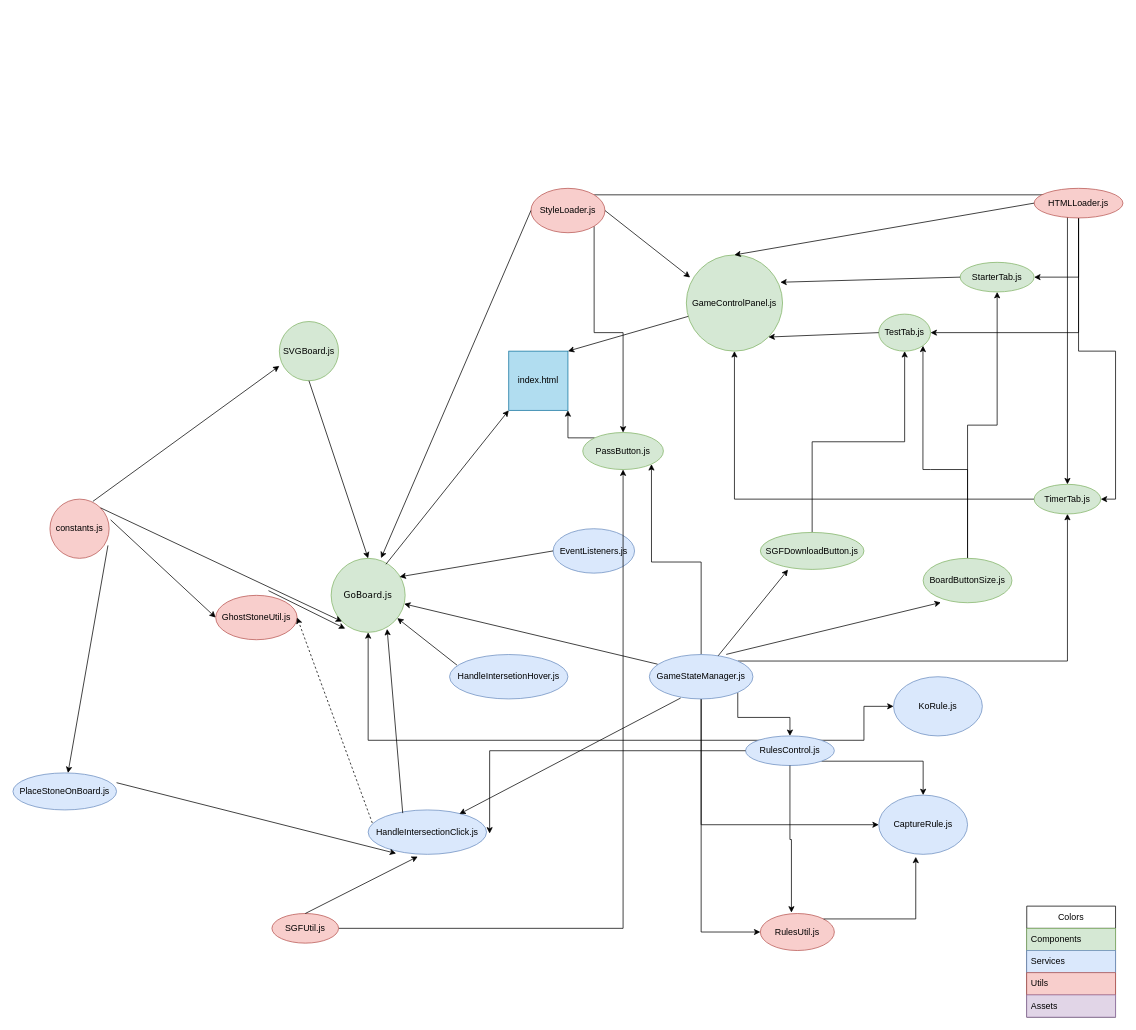
Before: WebGo.drawio in enokiLucas/Diagrams, a draw.io diagram. Source tidied: cells renumbered, new cells numbered last; positions are measured from the earlier drawing's top-left corner, leaving out a move shared by most shapes. Both pictures are drawn from the tidied source at 74%, with x=0, y=0 at pixel (13, 188).
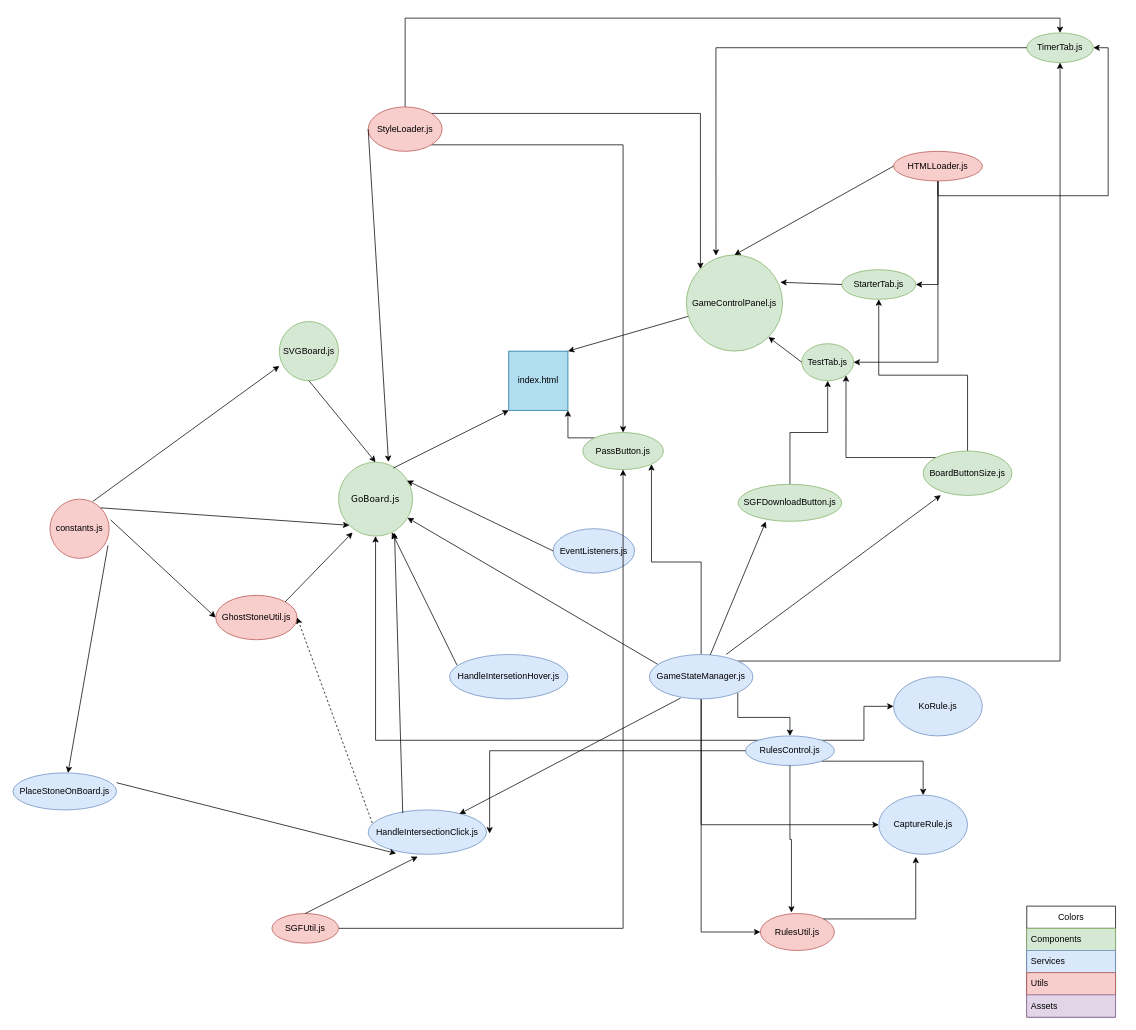
The same diagram, later.

The change refers to these unchanged cells:
```xml
<mxCell id="22" value="GhostStoneUtil.js" style="ellipse;whiteSpace=wrap;html=1;fillColor=#f8cecc;strokeColor=#b85450;" parent="1" vertex="1">
  <mxGeometry x="274" y="550" width="110" height="60" as="geometry" />
</mxCell>
<mxCell id="50" value="GameControlPanel.js" style="ellipse;whiteSpace=wrap;html=1;fillColor=#d5e8d4;strokeColor=#82b366;" parent="1" vertex="1">
  <mxGeometry x="910" y="90" width="130" height="130" as="geometry" />
</mxCell>
<mxCell id="70" value="PassButton.js" style="ellipse;whiteSpace=wrap;html=1;fillColor=#d5e8d4;strokeColor=#82b366;" parent="1" vertex="1">
  <mxGeometry x="770" y="330" width="109" height="50" as="geometry" />
</mxCell>
```

Diff of the diagram source:
```diff
@@
     <mxCell id="2" value="GoBoard.js" style="ellipse;whiteSpace=wrap;html=1;fillColor=#d5e8d4;strokeColor=#82b366;fontFamily=Verdana;labelBackgroundColor=none;" parent="1" vertex="1">
-      <mxGeometry x="430" y="500" width="100" height="100" as="geometry" />
+      <mxGeometry x="440" y="370" width="100" height="100" as="geometry" />
     </mxCell>
@@
+    <mxCell id="14" style="edgeStyle=orthogonalEdgeStyle;rounded=0;jettySize=auto;html=1;exitX=0.5;exitY=0;exitDx=0;exitDy=0;entryX=0.5;entryY=1;entryDx=0;entryDy=0;" parent="1" edge="1" source="15" target="58">
+      <mxGeometry relative="1" as="geometry" />
+    </mxCell>
-    <mxCell id="13" style="edgeStyle=orthogonalEdgeStyle;rounded=0;jettySize=auto;html=1;exitX=0.5;exitY=0;exitDx=0;exitDy=0;entryX=1;entryY=1;entryDx=0;entryDy=0;" parent="1" edge="1" source="15" target="49">
-      <mxGeometry relative="1" as="geometry">
-        <Array as="points">
-          <mxPoint x="1240" y="380" />
-          <mxPoint x="1420" y="380" />
-        </Array>
-      </mxGeometry>
+    <mxCell id="13" style="edgeStyle=orthogonalEdgeStyle;rounded=0;jettySize=auto;html=1;exitX=0;exitY=0;exitDx=0;exitDy=0;entryX=1;entryY=1;entryDx=0;entryDy=0;" parent="1" edge="1" source="15" target="49">
+      <mxGeometry relative="1" as="geometry" />
     </mxCell>
-    <mxCell id="14" style="edgeStyle=orthogonalEdgeStyle;rounded=0;jettySize=auto;html=1;exitX=0.5;exitY=0;exitDx=0;exitDy=0;entryX=0.5;entryY=1;entryDx=0;entryDy=0;" parent="1" edge="1" source="15" target="58">
-      <mxGeometry relative="1" as="geometry" />
-    </mxCell>
     <mxCell id="15" value="BoardButtonSize.js" style="ellipse;whiteSpace=wrap;html=1;fillColor=#d5e8d4;strokeColor=#82b366;" parent="1" vertex="1">
-      <mxGeometry x="1230" y="500" width="120" height="60" as="geometry" />
+      <mxGeometry x="1230" y="355" width="120" height="60" as="geometry" />
     </mxCell>
+    <mxCell id="17" style="edgeStyle=orthogonalEdgeStyle;rounded=0;jettySize=auto;html=1;exitX=1;exitY=1;exitDx=0;exitDy=0;entryX=0.5;entryY=0;entryDx=0;entryDy=0;" parent="1" edge="1" source="18" target="70">
+      <mxGeometry relative="1" as="geometry" />
+    </mxCell>
-    <mxCell id="16" style="edgeStyle=orthogonalEdgeStyle;rounded=0;jettySize=auto;html=1;exitX=1;exitY=0;exitDx=0;exitDy=0;" parent="1" edge="1" source="18" target="63">
+    <mxCell id="16" style="edgeStyle=orthogonalEdgeStyle;rounded=0;jettySize=auto;html=1;exitX=0.5;exitY=0;exitDx=0;exitDy=0;entryX=0.5;entryY=0;entryDx=0;entryDy=0;" parent="1" edge="1" source="18" target="63">
       <mxGeometry relative="1" as="geometry" />
     </mxCell>
-    <mxCell id="17" style="edgeStyle=orthogonalEdgeStyle;rounded=0;jettySize=auto;html=1;exitX=1;exitY=1;exitDx=0;exitDy=0;entryX=0.5;entryY=0;entryDx=0;entryDy=0;" parent="1" edge="1" source="18" target="70">
-      <mxGeometry relative="1" as="geometry" />
-    </mxCell>
+    <mxCell id="59" style="edgeStyle=orthogonalEdgeStyle;rounded=0;jettySize=auto;html=1;exitX=1;exitY=0;exitDx=0;exitDy=0;entryX=0;entryY=0;entryDx=0;entryDy=0;" parent="1" edge="1" source="18" target="50">
+      <mxGeometry relative="1" as="geometry" />
+    </mxCell>
     <mxCell id="18" value="StyleLoader.js" style="ellipse;whiteSpace=wrap;html=1;fillColor=#f8cecc;strokeColor=#b85450;" parent="1" vertex="1">
-      <mxGeometry x="700" width="100" height="60" as="geometry" />
+      <mxGeometry x="480" y="-110" width="100" height="60" as="geometry" />
     </mxCell>
@@
-    <mxCell id="23" style="endArrow=classic;html=1;rounded=0;exitX=0.648;exitY=-0.105;exitDx=0;exitDy=0;exitPerimeter=0;entryX=0.19;entryY=0.95;entryDx=0;entryDy=0;entryPerimeter=0;" parent="1" edge="1" source="22" target="2">
+    <mxCell id="23" style="endArrow=classic;html=1;rounded=0;exitX=1;exitY=0;exitDx=0;exitDy=0;entryX=0.19;entryY=0.95;entryDx=0;entryDy=0;entryPerimeter=0;" parent="1" edge="1" source="22" target="2">
       <mxGeometry relative="1" as="geometry" />
     </mxCell>
@@
     <mxCell id="47" value="SGFDownloadButton.js" style="ellipse;whiteSpace=wrap;html=1;fillColor=#d5e8d4;strokeColor=#82b366;" parent="1" vertex="1">
-      <mxGeometry x="1010" y="465" width="140" height="50" as="geometry" />
+      <mxGeometry x="980" y="400" width="140" height="50" as="geometry" />
     </mxCell>
@@
     <mxCell id="49" value="TestTab.js" style="ellipse;whiteSpace=wrap;html=1;fillColor=#d5e8d4;strokeColor=#82b366;" parent="1" vertex="1">
-      <mxGeometry x="1170" y="170" width="70" height="50" as="geometry" />
+      <mxGeometry x="1066" y="210" width="70" height="50" as="geometry" />
     </mxCell>
@@
     <mxCell id="55" value="HTMLLoader.js" style="ellipse;whiteSpace=wrap;html=1;fillColor=#f8cecc;strokeColor=#b85450;" parent="1" vertex="1">
-      <mxGeometry x="1380" width="120" height="40" as="geometry" />
+      <mxGeometry x="1190" y="-50" width="120" height="40" as="geometry" />
     </mxCell>
@@
     <mxCell id="58" value="StarterTab.js" style="ellipse;whiteSpace=wrap;html=1;fillColor=#d5e8d4;strokeColor=#82b366;" parent="1" vertex="1">
-      <mxGeometry x="1280" y="100" width="100" height="40" as="geometry" />
+      <mxGeometry x="1120" y="110" width="100" height="40" as="geometry" />
     </mxCell>
-    <mxCell id="59" style="endArrow=classic;html=1;rounded=0;entryX=0.039;entryY=0.234;entryDx=0;entryDy=0;entryPerimeter=0;exitX=1;exitY=0.5;exitDx=0;exitDy=0;" parent="1" edge="1" source="18" target="50">
-      <mxGeometry relative="1" as="geometry" />
-    </mxCell>
@@
-    <mxCell id="62" style="edgeStyle=orthogonalEdgeStyle;rounded=0;jettySize=auto;html=1;exitX=0;exitY=0.5;exitDx=0;exitDy=0;entryX=0.5;entryY=1;entryDx=0;entryDy=0;" parent="1" edge="1" source="63" target="50">
-      <mxGeometry relative="1" as="geometry" />
-    </mxCell>
     <mxCell id="63" value="TimerTab.js" style="ellipse;whiteSpace=wrap;html=1;fillColor=#d5e8d4;strokeColor=#82b366;" parent="1" vertex="1">
-      <mxGeometry x="1380" y="400" width="90" height="40" as="geometry" />
+      <mxGeometry x="1370" y="-210" width="90" height="40" as="geometry" />
     </mxCell>
@@
+    <mxCell id="62" style="edgeStyle=orthogonalEdgeStyle;rounded=0;jettySize=auto;html=1;exitX=0;exitY=0.5;exitDx=0;exitDy=0;entryX=0.308;entryY=0.008;entryDx=0;entryDy=0;entryPerimeter=0;" parent="1" edge="1" source="63" target="50">
+      <mxGeometry relative="1" as="geometry" />
+    </mxCell>
```
